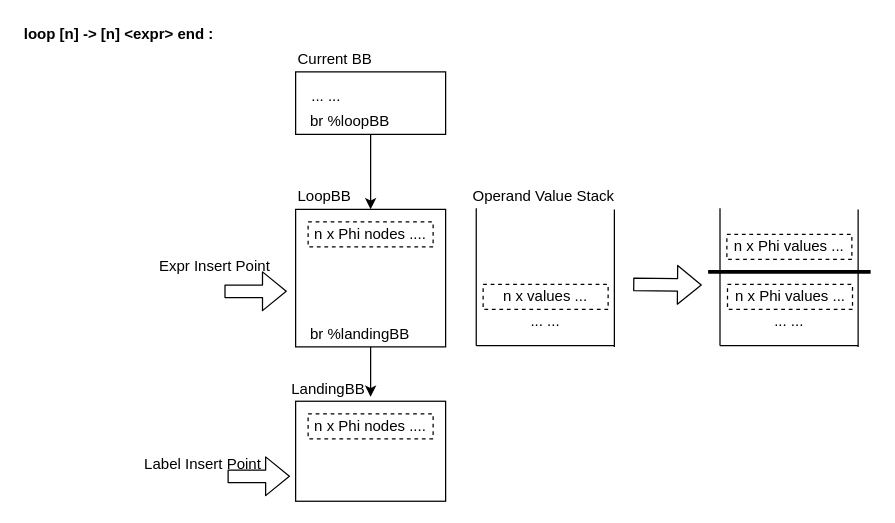
Earlier version of the draw.io diagram Images/4.MIR/translate-loop.drawio (NineKa/sable-wasm-thesis). Source tidied: cells renumbered, new cells numbered last; positions are measured from the earlier drawing's top-left corner, leaving out a move shared by most shapes. Both pictures are drawn from the tidied source at 125%, with x=0, y=0 at pixel (21, 21).
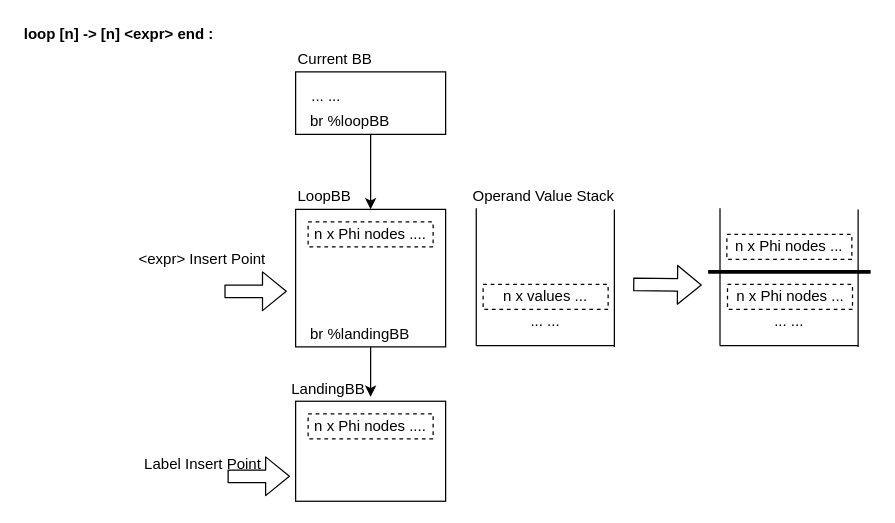
The same diagram, later.

Diff of the diagram source:
```diff
@@
-    <mxCell id="16" value="Expr Insert Point" style="text;html=1;strokeColor=none;fillColor=none;align=center;verticalAlign=middle;whiteSpace=wrap;rounded=0;dashed=1;" parent="1" vertex="1">
-      <mxGeometry x="92" y="185.5" width="125" height="20" as="geometry" />
+    <mxCell id="16" value="&amp;lt;expr&amp;gt; Insert Point" style="text;html=1;strokeColor=none;fillColor=none;align=center;verticalAlign=middle;whiteSpace=wrap;rounded=0;dashed=1;" parent="1" vertex="1">
+      <mxGeometry x="82" y="180" width="125" height="20" as="geometry" />
     </mxCell>
@@
-    <mxCell id="28" value="n x Phi values ..." style="rounded=0;whiteSpace=wrap;html=1;dashed=1;align=center;" parent="1" vertex="1">
+    <mxCell id="28" value="n x Phi nodes ..." style="rounded=0;whiteSpace=wrap;html=1;dashed=1;align=center;" parent="1" vertex="1">
       <mxGeometry x="564.5" y="210" width="100" height="20" as="geometry" />
     </mxCell>
-    <mxCell id="29" value="n x Phi values ..." style="rounded=0;whiteSpace=wrap;html=1;dashed=1;align=center;" parent="1" vertex="1">
+    <mxCell id="29" value="n x Phi nodes ..." style="rounded=0;whiteSpace=wrap;html=1;dashed=1;align=center;" parent="1" vertex="1">
       <mxGeometry x="564" y="170" width="100" height="20" as="geometry" />
     </mxCell>
```
